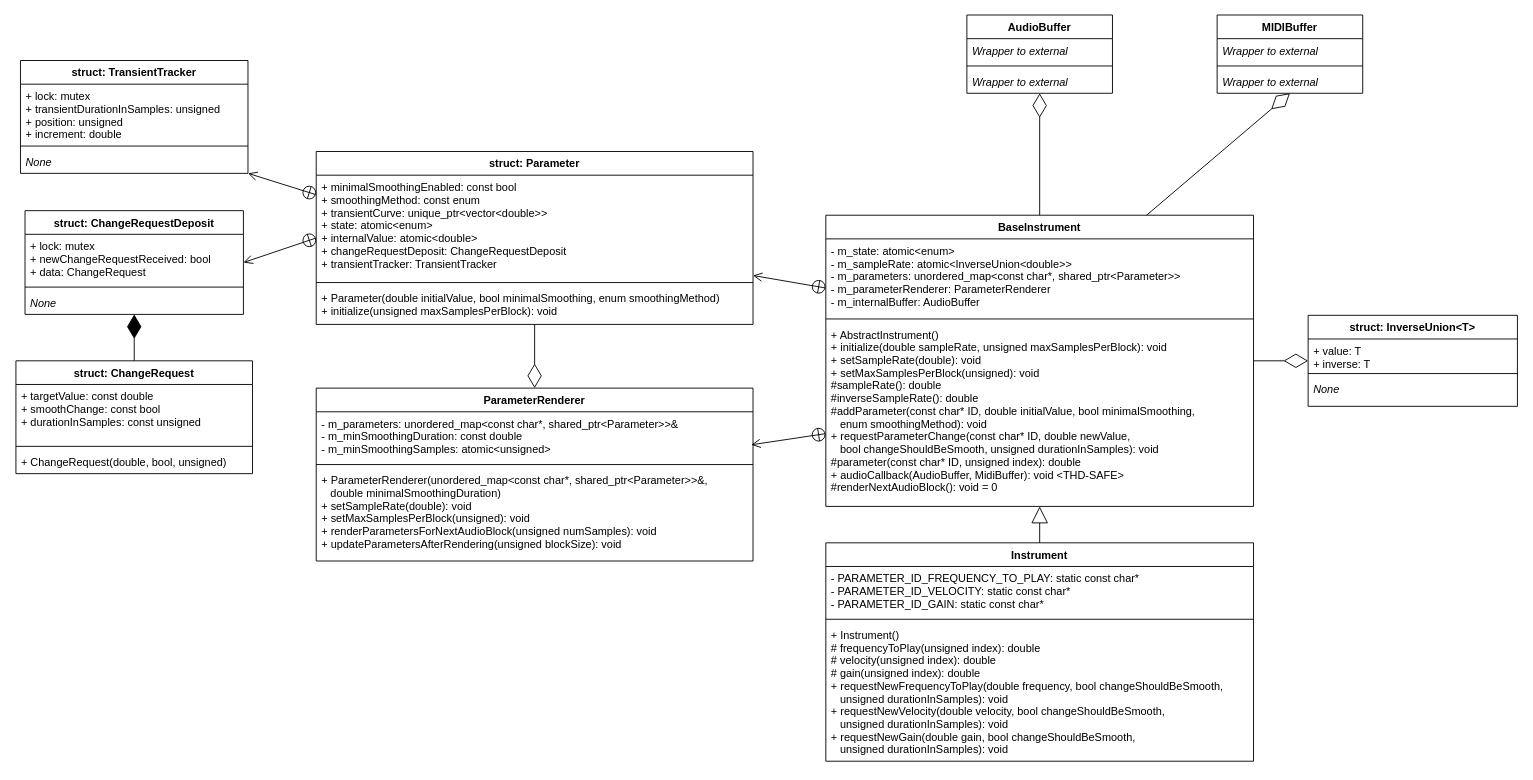
The draw.io diagram source/core/instrument/_design/Instrument.drawio in ANGLE-Studios/ANGLECORE, before the edit. Source tidied: cells renumbered, new cells numbered last; positions are measured from the earlier drawing's top-left corner, leaving out a move shared by most shapes. Both pictures are drawn from the tidied source at 91%, with x=0, y=0 at pixel (15, 15).
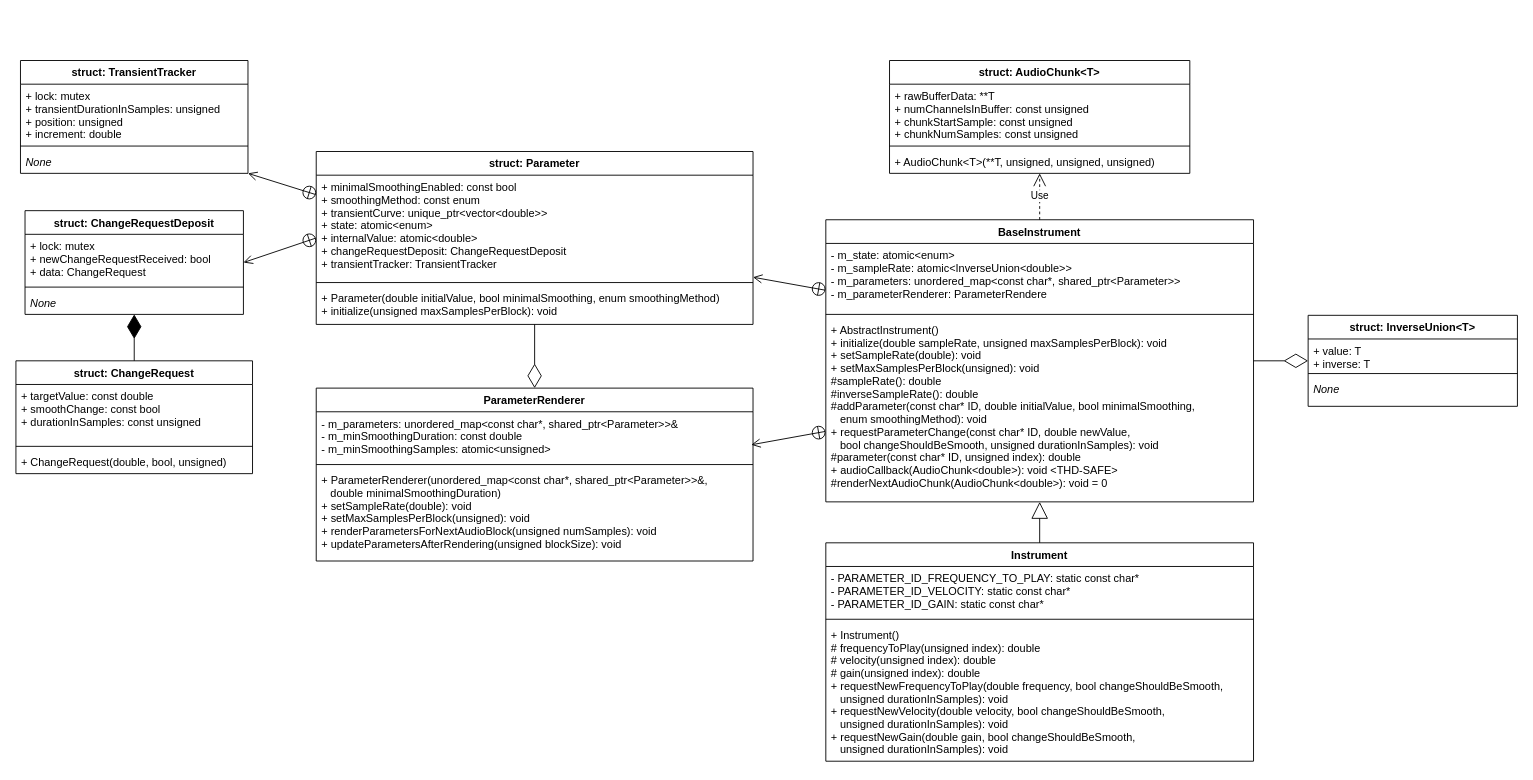
The same diagram, later.

Commit message (it also covers changes not shown here):
Designed the concept of AudioChunk

An Audio Chunk is a portion of an audio block that does not contain any MIDI message and that can therefore be rendered in a row. An audio chunk typically consists of the region of an audio buffer that lies in between two consecutive MIDI messages.

What changed in the source:
```diff
@@
     <mxCell id="2" value="BaseInstrument" style="swimlane;fontStyle=1;align=center;verticalAlign=top;horizontal=1;startSize=26;swimlaneLine=1;shadow=0;" parent="1" vertex="1">
-      <mxGeometry x="890" y="220" width="470" height="320" as="geometry" />
+      <mxGeometry x="890" y="225" width="470" height="310" as="geometry" />
     </mxCell>
-    <mxCell id="3" value="- m_state: atomic&lt;enum&gt;&#10;- m_sampleRate: atomic&lt;InverseUnion&lt;double&gt;&gt;&#10;- m_parameters: unordered_map&lt;const char*, shared_ptr&lt;Parameter&gt;&gt;&#10;- m_parameterRenderer: ParameterRenderer&#10;- m_internalBuffer: AudioBuffer&#10;" style="text;strokeColor=none;fillColor=none;align=left;verticalAlign=top;spacingLeft=4;spacingRight=4;overflow=hidden;" parent="2" vertex="1">
-      <mxGeometry y="26" width="470" height="84" as="geometry" />
+    <mxCell id="3" value="- m_state: atomic&lt;enum&gt;&#10;- m_sampleRate: atomic&lt;InverseUnion&lt;double&gt;&gt;&#10;- m_parameters: unordered_map&lt;const char*, shared_ptr&lt;Parameter&gt;&gt;&#10;- m_parameterRenderer: ParameterRendere&#10;" style="text;strokeColor=none;fillColor=none;align=left;verticalAlign=top;spacingLeft=4;spacingRight=4;overflow=hidden;" parent="2" vertex="1">
+      <mxGeometry y="26" width="470" height="74" as="geometry" />
     </mxCell>
     <mxCell id="4" style="line;strokeWidth=1;fillColor=none;align=left;verticalAlign=middle;spacingTop=-1;spacingLeft=3;spacingRight=3;labelPosition=right;" parent="2" vertex="1">
-      <mxGeometry y="110" width="470" height="8" as="geometry" />
+      <mxGeometry y="100" width="470" height="8" as="geometry" />
     </mxCell>
-    <mxCell id="5" value="+ AbstractInstrument()&#10;+ initialize(double sampleRate, unsigned maxSamplesPerBlock): void&#10;+ setSampleRate(double): void&#10;+ setMaxSamplesPerBlock(unsigned): void&#10;#sampleRate(): double&#10;#inverseSampleRate(): double&#10;#addParameter(const char* ID, double initialValue, bool minimalSmoothing,&#10;   enum smoothingMethod): void&#10;+ requestParameterChange(const char* ID, double newValue,&#10;   bool changeShouldBeSmooth, unsigned durationInSamples): void&#10;#parameter(const char* ID, unsigned index): double&#10;+ audioCallback(AudioBuffer, MidiBuffer): void &lt;THD-SAFE&gt;&#10;#renderNextAudioBlock(): void = 0&#10;" style="text;strokeColor=none;fillColor=none;align=left;verticalAlign=top;spacingLeft=4;spacingRight=4;overflow=hidden;" parent="2" vertex="1">
-      <mxGeometry y="118" width="470" height="202" as="geometry" />
+    <mxCell id="5" value="+ AbstractInstrument()&#10;+ initialize(double sampleRate, unsigned maxSamplesPerBlock): void&#10;+ setSampleRate(double): void&#10;+ setMaxSamplesPerBlock(unsigned): void&#10;#sampleRate(): double&#10;#inverseSampleRate(): double&#10;#addParameter(const char* ID, double initialValue, bool minimalSmoothing,&#10;   enum smoothingMethod): void&#10;+ requestParameterChange(const char* ID, double newValue,&#10;   bool changeShouldBeSmooth, unsigned durationInSamples): void&#10;#parameter(const char* ID, unsigned index): double&#10;+ audioCallback(AudioChunk&lt;double&gt;): void &lt;THD-SAFE&gt;&#10;#renderNextAudioChunk(AudioChunk&lt;double&gt;): void = 0&#10;" style="text;strokeColor=none;fillColor=none;align=left;verticalAlign=top;spacingLeft=4;spacingRight=4;overflow=hidden;" parent="2" vertex="1">
+      <mxGeometry y="108" width="470" height="202" as="geometry" />
     </mxCell>
-    <mxCell id="6" style="endArrow=diamondThin;endFill=0;endSize=24;html=1;exitX=0.5;exitY=0;exitDx=0;exitDy=0;" parent="1" edge="1" source="2" target="10">
-      <mxGeometry relative="1" as="geometry" />
-    </mxCell>
-    <mxCell id="7" value="AudioBuffer" style="swimlane;fontStyle=1;align=center;verticalAlign=top;horizontal=1;startSize=26;" parent="1" vertex="1">
-      <mxGeometry x="1045" width="160" height="86" as="geometry" />
+    <mxCell id="7" value="struct: AudioChunk&lt;T&gt;" style="swimlane;fontStyle=1;align=center;verticalAlign=top;horizontal=1;startSize=26;" parent="1" vertex="1">
+      <mxGeometry x="960" y="50" width="330" height="124" as="geometry" />
     </mxCell>
-    <mxCell id="8" value="Wrapper to external" style="text;strokeColor=none;fillColor=none;align=left;verticalAlign=top;spacingLeft=4;spacingRight=4;overflow=hidden;fontStyle=2;" parent="7" vertex="1">
-      <mxGeometry y="26" width="160" height="26" as="geometry" />
+    <mxCell id="8" value="+ rawBufferData: **T&#10;+ numChannelsInBuffer: const unsigned&#10;+ chunkStartSample: const unsigned&#10;+ chunkNumSamples: const unsigned&#10;&#10;" style="text;strokeColor=none;fillColor=none;align=left;verticalAlign=top;spacingLeft=4;spacingRight=4;overflow=hidden;fontStyle=0;" parent="7" vertex="1">
+      <mxGeometry y="26" width="330" height="64" as="geometry" />
     </mxCell>
     <mxCell id="9" style="line;strokeWidth=1;fillColor=none;align=left;verticalAlign=middle;spacingTop=-1;spacingLeft=3;spacingRight=3;labelPosition=right;" parent="7" vertex="1">
-      <mxGeometry y="52" width="160" height="8" as="geometry" />
+      <mxGeometry y="90" width="330" height="8" as="geometry" />
     </mxCell>
-    <mxCell id="10" value="Wrapper to external" style="text;strokeColor=none;fillColor=none;align=left;verticalAlign=top;spacingLeft=4;spacingRight=4;overflow=hidden;points=[[0,0.5],[1,0.5]];portConstraint=eastwest;fontStyle=2;" parent="7" vertex="1">
-      <mxGeometry y="60" width="160" height="26" as="geometry" />
+    <mxCell id="10" value="+ AudioChunk&lt;T&gt;(**T, unsigned, unsigned, unsigned)" style="text;strokeColor=none;fillColor=none;align=left;verticalAlign=top;spacingLeft=4;spacingRight=4;overflow=hidden;points=[[0,0.5],[1,0.5]];portConstraint=eastwest;fontStyle=0;" parent="7" vertex="1">
+      <mxGeometry y="98" width="330" height="26" as="geometry" />
     </mxCell>
@@
-    <mxCell id="30" value="MIDIBuffer" style="swimlane;fontStyle=1;align=center;verticalAlign=top;horizontal=1;startSize=26;" parent="1" vertex="1">
-      <mxGeometry x="1320" width="160" height="86" as="geometry" />
-    </mxCell>
-    <mxCell id="31" value="Wrapper to external" style="text;strokeColor=none;fillColor=none;align=left;verticalAlign=top;spacingLeft=4;spacingRight=4;overflow=hidden;fontStyle=2;" parent="30" vertex="1">
-      <mxGeometry y="26" width="160" height="26" as="geometry" />
-    </mxCell>
-    <mxCell id="32" style="line;strokeWidth=1;fillColor=none;align=left;verticalAlign=middle;spacingTop=-1;spacingLeft=3;spacingRight=3;labelPosition=right;" parent="30" vertex="1">
-      <mxGeometry y="52" width="160" height="8" as="geometry" />
-    </mxCell>
-    <mxCell id="33" value="Wrapper to external" style="text;strokeColor=none;fillColor=none;align=left;verticalAlign=top;spacingLeft=4;spacingRight=4;overflow=hidden;fontStyle=2;" parent="30" vertex="1">
-      <mxGeometry y="60" width="160" height="26" as="geometry" />
-    </mxCell>
@@
-    <mxCell id="40" style="endArrow=diamondThin;endFill=0;endSize=24;html=1;exitX=0.75;exitY=0;exitDx=0;exitDy=0;entryX=0.5;entryY=1;entryDx=0;entryDy=0;" parent="1" edge="1" source="2" target="30">
-      <mxGeometry relative="1" as="geometry" />
-    </mxCell>
@@
+    <mxCell id="52" value="Use" style="endArrow=open;endSize=12;dashed=1;html=1;exitX=0.5;exitY=0;exitDx=0;exitDy=0;entryX=0.5;entryY=1;entryDx=0;entryDy=0;" parent="1" edge="1" source="2" target="7">
+      <mxGeometry relative="1" as="geometry" />
+    </mxCell>
```
